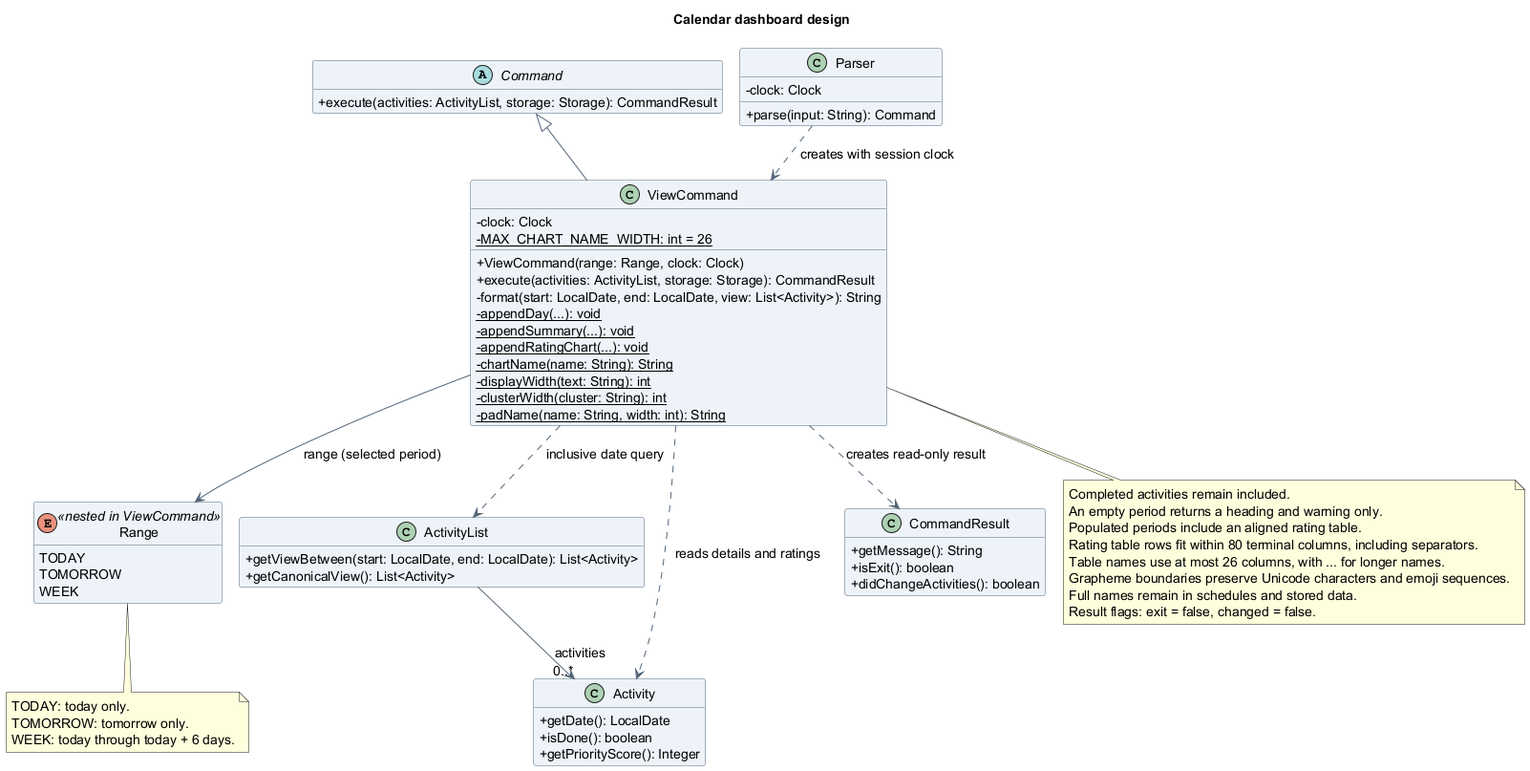
AY2627S1-CS2113-T10-4/tp keeps this PlantUML diagram as docs/images/atharva/class/CalendarViewClassDiagram.png. Above is the earlier version.
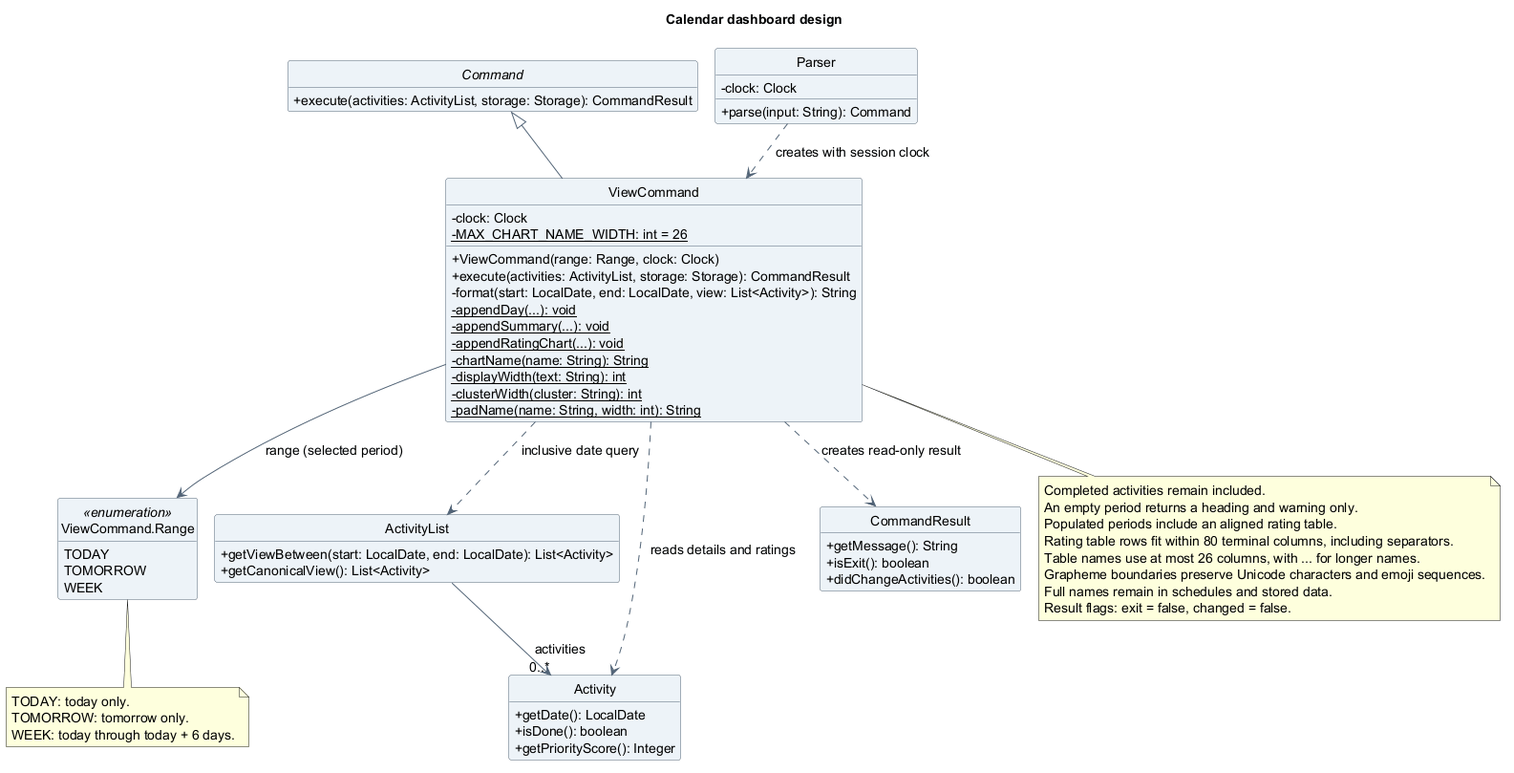
Later version of the same file.

Diff of the diagram source:
```diff
@@ -9,6 +9,7 @@
 skinparam classBackgroundColor #EDF3F8
 skinparam classBorderColor #526477
 skinparam ArrowColor #526477
+hide circle
 hide empty members
 
 abstract class Command {
@@ -32,7 +33,7 @@
   {static} -clusterWidth(cluster: String): int
   {static} -padName(name: String, width: int): String
 }
-enum Range <<nested in ViewCommand>> {
+enum "ViewCommand.Range" as Range <<enumeration>> {
   TODAY
   TOMORROW
   WEEK
```
